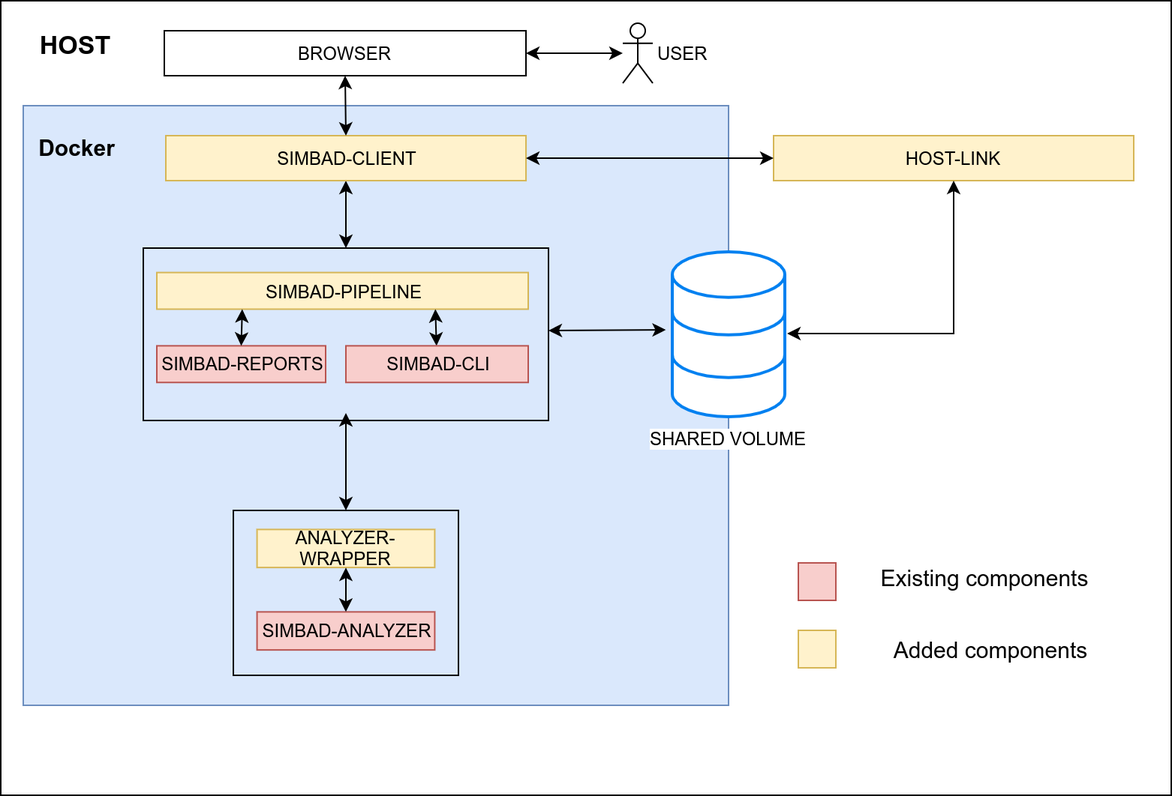
This is diagrams/architecture-diagram.png from JakubSokolowski/simbad-thesis, a draw.io export, as it was before one commit. Source tidied: cells renumbered, new cells last; positions are measured from the earlier drawing's top-left corner, leaving out a move shared by most shapes. Source of this version:
```xml
<mxGraphModel>
  <root>
    <mxCell id="0" />
    <mxCell id="1" parent="0" />
    <mxCell id="2" style="rounded=0;whiteSpace=wrap;html=1;fillColor=none;" parent="1" vertex="1">
      <mxGeometry x="95" y="165" width="270" height="110" as="geometry" />
    </mxCell>
    <mxCell id="3" style="rounded=0;whiteSpace=wrap;html=1;" parent="1" vertex="1">
      <mxGeometry width="780" height="530" as="geometry" />
    </mxCell>
    <mxCell id="4" value="HOST" style="text;html=1;strokeColor=none;fillColor=none;align=center;verticalAlign=middle;whiteSpace=wrap;rounded=0;fontSize=17;fontStyle=1;" parent="1" vertex="1">
      <mxGeometry x="5" y="10" width="90" height="40" as="geometry" />
    </mxCell>
    <mxCell id="5" style="rounded=0;whiteSpace=wrap;html=1;fillColor=#dae8fc;strokeColor=#6c8ebf;" parent="1" vertex="1">
      <mxGeometry x="15" y="70" width="470" height="400" as="geometry" />
    </mxCell>
    <mxCell id="6" value="&lt;b style=&quot;font-size: 15px;&quot;&gt;Docker&lt;/b&gt;" style="text;html=1;strokeColor=none;fillColor=none;align=center;verticalAlign=middle;whiteSpace=wrap;rounded=0;fontSize=15;" parent="1" vertex="1">
      <mxGeometry x="5" y="75" width="90" height="45" as="geometry" />
    </mxCell>
    <mxCell id="7" value="USER&lt;br&gt;" style="shape=umlActor;verticalLabelPosition=middle;labelBackgroundColor=#ffffff;verticalAlign=middle;html=1;outlineConnect=0;labelPosition=right;align=left;" parent="1" vertex="1">
      <mxGeometry x="414.5" y="15" width="20" height="40" as="geometry" />
    </mxCell>
    <mxCell id="8" style="edgeStyle=orthogonalEdgeStyle;rounded=0;jettySize=auto;html=1;startArrow=classic;startFill=1;fontSize=15;" parent="1" edge="1" source="9" target="25">
      <mxGeometry relative="1" as="geometry" />
    </mxCell>
    <mxCell id="9" value="SIMBAD-CLIENT" style="rounded=0;whiteSpace=wrap;html=1;fillColor=#fff2cc;strokeColor=#d6b656;" parent="1" vertex="1">
      <mxGeometry x="110" y="90" width="240" height="30" as="geometry" />
    </mxCell>
    <mxCell id="10" style="rounded=0;jettySize=auto;html=1;exitX=1;exitY=0.5;exitDx=0;exitDy=0;startArrow=classic;startFill=1;fontSize=15;" parent="1" edge="1" source="11" target="7">
      <mxGeometry relative="1" as="geometry" />
    </mxCell>
    <mxCell id="11" value="BROWSER" style="rounded=0;whiteSpace=wrap;html=1;" parent="1" vertex="1">
      <mxGeometry x="109" y="20" width="241" height="30" as="geometry" />
    </mxCell>
    <mxCell id="12" style="group;" parent="1" vertex="1">
      <mxGeometry x="155" y="340" width="150" height="110" as="geometry" />
    </mxCell>
    <mxCell id="13" style="rounded=0;whiteSpace=wrap;html=1;fillColor=none;" parent="12" vertex="1">
      <mxGeometry width="150" height="110" as="geometry" />
    </mxCell>
    <mxCell id="14" value="SIMBAD-ANALYZER" style="rounded=0;whiteSpace=wrap;html=1;fillColor=#f8cecc;strokeColor=#b85450;" parent="12" vertex="1">
      <mxGeometry x="15.8" y="67.7" width="118.4" height="25.4" as="geometry" />
    </mxCell>
    <mxCell id="15" value="ANALYZER-WRAPPER" style="rounded=0;whiteSpace=wrap;html=1;fillColor=#fff2cc;strokeColor=#d6b656;" parent="12" vertex="1">
      <mxGeometry x="15.8" y="12.7" width="118.4" height="25.4" as="geometry" />
    </mxCell>
    <mxCell id="16" style="endArrow=classic;startArrow=classic;html=1;entryX=0.5;entryY=1;entryDx=0;entryDy=0;exitX=0.5;exitY=0;exitDx=0;exitDy=0;" parent="12" edge="1" source="14" target="15">
      <mxGeometry relative="1" as="geometry" />
    </mxCell>
    <mxCell id="17" value="SHARED VOLUME" style="html=1;verticalLabelPosition=bottom;align=center;labelBackgroundColor=#ffffff;verticalAlign=top;strokeWidth=2;strokeColor=#0080F0;fillColor=#ffffff;shadow=0;dashed=0;shape=mxgraph.ios7.icons.data;" parent="1" vertex="1">
      <mxGeometry x="447.5" y="167.5" width="75" height="110" as="geometry" />
    </mxCell>
    <mxCell id="18" style="endArrow=classic;startArrow=classic;html=1;entryX=-0.057;entryY=0.473;entryDx=0;entryDy=0;entryPerimeter=0;exitX=1;exitY=0.5;exitDx=0;exitDy=0;" parent="1" edge="1" source="2" target="17">
      <mxGeometry relative="1" as="geometry" />
    </mxCell>
    <mxCell id="19" style="endArrow=classic;startArrow=classic;html=1;entryX=0.5;entryY=1;entryDx=0;entryDy=0;exitX=0.5;exitY=0;exitDx=0;exitDy=0;" parent="1" edge="1" source="13" target="2">
      <mxGeometry relative="1" as="geometry" />
    </mxCell>
    <mxCell id="20" value="SIMBAD-PIPELINE" style="rounded=0;whiteSpace=wrap;html=1;fillColor=#fff2cc;strokeColor=#d6b656;" parent="1" vertex="1">
      <mxGeometry x="104" y="181.3" width="247.5" height="24.4" as="geometry" />
    </mxCell>
    <mxCell id="21" style="rounded=0;jettySize=auto;html=1;startArrow=classic;startFill=1;entryX=0.75;entryY=1;entryDx=0;entryDy=0;" parent="1" edge="1" source="22" target="20">
      <mxGeometry relative="1" as="geometry" />
    </mxCell>
    <mxCell id="22" value="SIMBAD-CLI" style="rounded=0;whiteSpace=wrap;html=1;fillColor=#f8cecc;strokeColor=#b85450;" parent="1" vertex="1">
      <mxGeometry x="230" y="230.2" width="121.5" height="24.4" as="geometry" />
    </mxCell>
    <mxCell id="23" value="SIMBAD-REPORTS" style="rounded=0;whiteSpace=wrap;html=1;fillColor=#f8cecc;strokeColor=#b85450;" parent="1" vertex="1">
      <mxGeometry x="104" y="230.2" width="112.5" height="24.4" as="geometry" />
    </mxCell>
    <mxCell id="24" style="endArrow=classic;startArrow=classic;html=1;entryX=0.23;entryY=1;entryDx=0;entryDy=0;entryPerimeter=0;exitX=0.5;exitY=0;exitDx=0;exitDy=0;" parent="1" edge="1" source="23" target="20">
      <mxGeometry relative="1" as="geometry" />
    </mxCell>
    <mxCell id="25" style="rounded=0;whiteSpace=wrap;html=1;fillColor=none;" parent="1" vertex="1">
      <mxGeometry x="95" y="165" width="270" height="115" as="geometry" />
    </mxCell>
    <mxCell id="26" value="HOST-LINK" style="rounded=0;whiteSpace=wrap;html=1;fillColor=#fff2cc;strokeColor=#d6b656;" parent="1" vertex="1">
      <mxGeometry x="515" y="90" width="240" height="30" as="geometry" />
    </mxCell>
    <mxCell id="27" style="endArrow=classic;startArrow=classic;html=1;entryX=0.5;entryY=1;entryDx=0;entryDy=0;exitX=0.5;exitY=0;exitDx=0;exitDy=0;" parent="1" edge="1" source="9" target="11">
      <mxGeometry relative="1" as="geometry" />
    </mxCell>
    <mxCell id="28" style="endArrow=classic;startArrow=classic;html=1;entryX=0;entryY=0.5;entryDx=0;entryDy=0;exitX=1;exitY=0.5;exitDx=0;exitDy=0;" parent="1" edge="1" source="9" target="26">
      <mxGeometry relative="1" as="geometry" />
    </mxCell>
    <mxCell id="29" style="endArrow=classic;startArrow=classic;html=1;entryX=0.5;entryY=1;entryDx=0;entryDy=0;exitX=1.016;exitY=0.496;exitDx=0;exitDy=0;exitPerimeter=0;edgeStyle=orthogonalEdgeStyle;elbow=vertical;rounded=0;" parent="1" edge="1" source="17" target="26">
      <mxGeometry relative="1" as="geometry">
        <Array as="points">
          <mxPoint x="635" y="222" />
        </Array>
      </mxGeometry>
    </mxCell>
    <mxCell id="30" style="whiteSpace=wrap;html=1;fillColor=#f8cecc;fontSize=15;strokeColor=#b85450;direction=south;" parent="1" vertex="1">
      <mxGeometry x="531.5" y="375" width="25" height="25" as="geometry" />
    </mxCell>
    <mxCell id="31" style="whiteSpace=wrap;html=1;fillColor=#fff2cc;fontSize=15;strokeColor=#d6b656;direction=south;" parent="1" vertex="1">
      <mxGeometry x="531.5" y="420" width="25" height="25" as="geometry" />
    </mxCell>
    <mxCell id="32" value="Existing components" style="text;html=1;strokeColor=none;fillColor=none;align=center;verticalAlign=middle;whiteSpace=wrap;rounded=0;fontSize=15;" parent="1" vertex="1">
      <mxGeometry x="555" y="375" width="200" height="20" as="geometry" />
    </mxCell>
    <mxCell id="33" value="Added components" style="text;html=1;strokeColor=none;fillColor=none;align=center;verticalAlign=middle;whiteSpace=wrap;rounded=0;fontSize=15;" parent="1" vertex="1">
      <mxGeometry x="555" y="422.5" width="210" height="20" as="geometry" />
    </mxCell>
  </root>
</mxGraphModel>
```
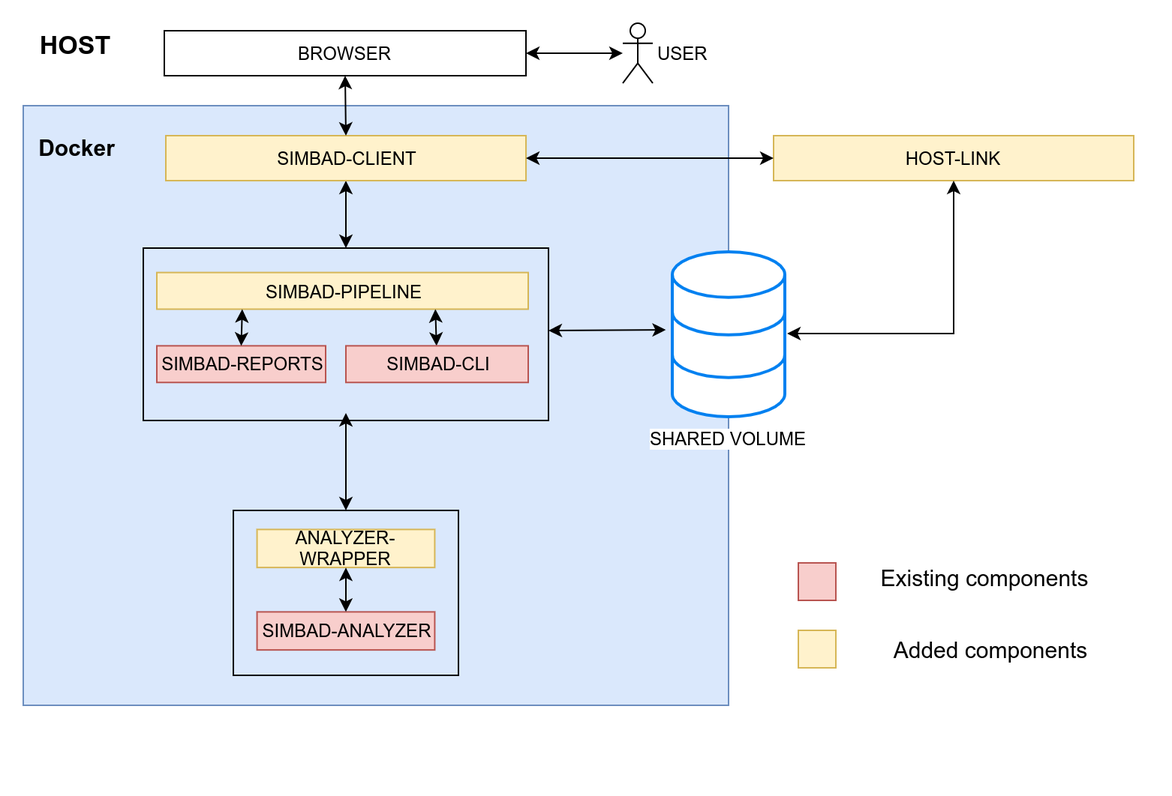
After the change.

What changed in the source:
```diff
@@ -5,7 +5,7 @@
     <mxCell id="2" style="rounded=0;whiteSpace=wrap;html=1;fillColor=none;" parent="1" vertex="1">
       <mxGeometry x="95" y="165" width="270" height="110" as="geometry" />
     </mxCell>
-    <mxCell id="3" style="rounded=0;whiteSpace=wrap;html=1;" parent="1" vertex="1">
+    <mxCell id="3" style="rounded=0;whiteSpace=wrap;html=1;strokeColor=none;" parent="1" vertex="1">
       <mxGeometry width="780" height="530" as="geometry" />
     </mxCell>
     <mxCell id="4" value="HOST" style="text;html=1;strokeColor=none;fillColor=none;align=center;verticalAlign=middle;whiteSpace=wrap;rounded=0;fontSize=17;fontStyle=1;" parent="1" vertex="1">
```
